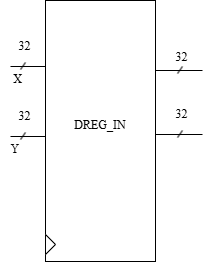
altomarigiulio/IEEE-754-Multiplier-Project keeps this draw.io diagram as Full architecture.png. Above is the earlier version. Source tidied: cells renumbered, new cells last; positions are measured from the earlier drawing's top-left corner, leaving out a move shared by most shapes. Source of this version:
```xml
<mxGraphModel>
  <root>
    <mxCell id="0" />
    <mxCell id="1" parent="0" />
    <mxCell id="2" style="rounded=0;whiteSpace=wrap;html=1;fontColor=#727272;labelBorderColor=#585858;" parent="1" vertex="1">
      <mxGeometry x="45" width="110" height="261" as="geometry" />
    </mxCell>
    <mxCell id="3" style="triangle;whiteSpace=wrap;html=1;" parent="1" vertex="1">
      <mxGeometry x="45" y="234" width="10" height="20" as="geometry" />
    </mxCell>
    <mxCell id="4" value="DREG_IN" style="text;strokeColor=none;align=center;fillColor=none;html=1;verticalAlign=middle;whiteSpace=wrap;rounded=0;fontFamily=Latin Modern Roman;" parent="1" vertex="1">
      <mxGeometry x="70" y="110" width="60" height="30" as="geometry" />
    </mxCell>
    <mxCell id="5" style="endArrow=none;html=1;rounded=0;" parent="1" edge="1">
      <mxGeometry relative="1" as="geometry">
        <mxPoint x="155" y="70" as="sourcePoint" />
        <mxPoint x="202" y="70" as="targetPoint" />
      </mxGeometry>
    </mxCell>
    <mxCell id="6" style="endArrow=none;html=1;rounded=0;" parent="1" edge="1">
      <mxGeometry relative="1" as="geometry">
        <mxPoint x="155" y="134" as="sourcePoint" />
        <mxPoint x="202" y="134" as="targetPoint" />
      </mxGeometry>
    </mxCell>
    <mxCell id="7" style="endArrow=none;html=1;rounded=0;" parent="1" edge="1">
      <mxGeometry relative="1" as="geometry">
        <mxPoint x="177" y="73" as="sourcePoint" />
        <mxPoint x="182" y="66" as="targetPoint" />
      </mxGeometry>
    </mxCell>
    <mxCell id="8" style="endArrow=none;html=1;rounded=0;" parent="1" edge="1">
      <mxGeometry relative="1" as="geometry">
        <mxPoint x="177" y="137" as="sourcePoint" />
        <mxPoint x="182" y="130" as="targetPoint" />
      </mxGeometry>
    </mxCell>
    <mxCell id="9" value="&lt;font face=&quot;Latin Modern Roman&quot;&gt;32&lt;/font&gt;" style="text;html=1;align=center;verticalAlign=middle;strokeColor=none;fillColor=none;" parent="1" vertex="1">
      <mxGeometry x="166" y="44" width="30" height="26" as="geometry" />
    </mxCell>
    <mxCell id="10" value="&lt;font face=&quot;Latin Modern Roman&quot;&gt;32&lt;/font&gt;" style="text;html=1;align=center;verticalAlign=middle;strokeColor=none;fillColor=none;" parent="1" vertex="1">
      <mxGeometry x="166" y="101" width="30" height="26" as="geometry" />
    </mxCell>
    <mxCell id="11" style="endArrow=none;html=1;rounded=0;" parent="1" edge="1">
      <mxGeometry relative="1" as="geometry">
        <mxPoint x="10" y="66" as="sourcePoint" />
        <mxPoint x="45" y="66" as="targetPoint" />
      </mxGeometry>
    </mxCell>
    <mxCell id="12" style="endArrow=none;html=1;rounded=0;" parent="1" edge="1">
      <mxGeometry relative="1" as="geometry">
        <mxPoint x="20" y="69" as="sourcePoint" />
        <mxPoint x="25" y="62" as="targetPoint" />
      </mxGeometry>
    </mxCell>
    <mxCell id="13" value="&lt;font face=&quot;Latin Modern Roman&quot;&gt;32&lt;/font&gt;" style="text;html=1;align=center;verticalAlign=middle;strokeColor=none;fillColor=none;" parent="1" vertex="1">
      <mxGeometry x="9" y="33" width="30" height="26" as="geometry" />
    </mxCell>
    <mxCell id="14" style="endArrow=none;html=1;rounded=0;" parent="1" edge="1">
      <mxGeometry relative="1" as="geometry">
        <mxPoint x="10" y="136" as="sourcePoint" />
        <mxPoint x="45" y="136" as="targetPoint" />
      </mxGeometry>
    </mxCell>
    <mxCell id="15" style="endArrow=none;html=1;rounded=0;" parent="1" edge="1">
      <mxGeometry relative="1" as="geometry">
        <mxPoint x="20" y="139" as="sourcePoint" />
        <mxPoint x="25" y="132" as="targetPoint" />
      </mxGeometry>
    </mxCell>
    <mxCell id="16" value="&lt;font face=&quot;Latin Modern Roman&quot;&gt;32&lt;/font&gt;" style="text;html=1;align=center;verticalAlign=middle;strokeColor=none;fillColor=none;" parent="1" vertex="1">
      <mxGeometry x="9" y="103" width="30" height="26" as="geometry" />
    </mxCell>
    <mxCell id="17" value="&lt;font face=&quot;Latin Modern Roman&quot;&gt;X&lt;/font&gt;" style="text;html=1;align=center;verticalAlign=middle;strokeColor=none;fillColor=none;" parent="1" vertex="1">
      <mxGeometry x="3" y="66" width="27" height="26" as="geometry" />
    </mxCell>
    <mxCell id="18" value="&lt;font face=&quot;Latin Modern Roman&quot;&gt;Y&lt;/font&gt;" style="text;html=1;align=center;verticalAlign=middle;strokeColor=none;fillColor=none;" parent="1" vertex="1">
      <mxGeometry y="136" width="27" height="26" as="geometry" />
    </mxCell>
  </root>
</mxGraphModel>
```
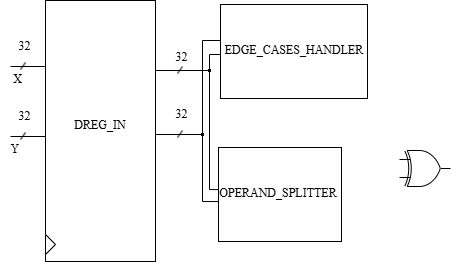
The same file after the commit.

Diff of the diagram source:
```diff
@@ -11,10 +11,9 @@
     <mxCell id="4" value="DREG_IN" style="text;strokeColor=none;align=center;fillColor=none;html=1;verticalAlign=middle;whiteSpace=wrap;rounded=0;fontFamily=Latin Modern Roman;" parent="1" vertex="1">
       <mxGeometry x="70" y="110" width="60" height="30" as="geometry" />
     </mxCell>
-    <mxCell id="5" style="endArrow=none;html=1;rounded=0;" parent="1" edge="1">
+    <mxCell id="5" style="endArrow=none;html=1;rounded=0;" parent="1" edge="1" source="26">
       <mxGeometry relative="1" as="geometry">
-        <mxPoint x="155" y="70" as="sourcePoint" />
-        <mxPoint x="202" y="70" as="targetPoint" />
+        <mxPoint x="209" y="70" as="targetPoint" />
       </mxGeometry>
     </mxCell>
     <mxCell id="6" style="endArrow=none;html=1;rounded=0;" parent="1" edge="1">
@@ -77,5 +76,74 @@
     <mxCell id="18" value="&lt;font face=&quot;Latin Modern Roman&quot;&gt;Y&lt;/font&gt;" style="text;html=1;align=center;verticalAlign=middle;strokeColor=none;fillColor=none;" parent="1" vertex="1">
       <mxGeometry y="136" width="27" height="26" as="geometry" />
     </mxCell>
+    <mxCell id="19" style="rounded=0;whiteSpace=wrap;html=1;fontColor=#727272;labelBorderColor=#585858;" parent="1" vertex="1">
+      <mxGeometry x="218" y="147" width="123" height="94" as="geometry" />
+    </mxCell>
+    <mxCell id="20" value="OPERAND_SPLITTER" style="text;strokeColor=none;align=center;fillColor=none;html=1;verticalAlign=middle;whiteSpace=wrap;rounded=0;fontFamily=Latin Modern Roman;" parent="1" vertex="1">
+      <mxGeometry x="244" y="169" width="68" height="47" as="geometry" />
+    </mxCell>
+    <mxCell id="21" style="rounded=0;whiteSpace=wrap;html=1;fontColor=#727272;labelBorderColor=#585858;" parent="1" vertex="1">
+      <mxGeometry x="220" y="4" width="147" height="94" as="geometry" />
+    </mxCell>
+    <mxCell id="22" value="EDGE_CASES_&lt;span style=&quot;background-color: transparent; color: light-dark(rgb(0, 0, 0), rgb(255, 255, 255));&quot;&gt;HANDLER&lt;/span&gt;" style="text;strokeColor=none;align=center;fillColor=none;html=1;verticalAlign=middle;whiteSpace=wrap;rounded=0;fontFamily=Latin Modern Roman;" parent="1" vertex="1">
+      <mxGeometry x="260" y="26" width="68" height="47" as="geometry" />
+    </mxCell>
+    <mxCell id="23" style="endArrow=none;html=1;rounded=0;" parent="1" edge="1" source="28">
+      <mxGeometry relative="1" as="geometry">
+        <mxPoint x="202" y="134" as="targetPoint" />
+      </mxGeometry>
+    </mxCell>
+    <mxCell id="24" style="endArrow=none;html=1;rounded=0;" parent="1" edge="1">
+      <mxGeometry relative="1" as="geometry">
+        <mxPoint x="209" y="189" as="sourcePoint" />
+        <mxPoint x="209" y="54" as="targetPoint" />
+      </mxGeometry>
+    </mxCell>
+    <mxCell id="25" style="endArrow=none;html=1;rounded=0;" parent="1" edge="1" target="26">
+      <mxGeometry relative="1" as="geometry">
+        <mxPoint x="155" y="70" as="sourcePoint" />
+      </mxGeometry>
+    </mxCell>
+    <mxCell id="26" style="rounded=0;whiteSpace=wrap;html=1;fillColor=#000000;" parent="1" vertex="1">
+      <mxGeometry x="208" y="69" width="2" height="2" as="geometry" />
+    </mxCell>
+    <mxCell id="27" style="endArrow=none;html=1;rounded=0;" parent="1" edge="1" target="28">
+      <mxGeometry relative="1" as="geometry">
+        <mxPoint x="202" y="201" as="sourcePoint" />
+      </mxGeometry>
+    </mxCell>
+    <mxCell id="28" style="rounded=0;whiteSpace=wrap;html=1;fillColor=#000000;" parent="1" vertex="1">
+      <mxGeometry x="201" y="133" width="2" height="2" as="geometry" />
+    </mxCell>
+    <mxCell id="29" style="endArrow=none;html=1;rounded=0;entryX=-0.004;entryY=0.575;entryDx=0;entryDy=0;entryPerimeter=0;" parent="1" edge="1" target="19">
+      <mxGeometry relative="1" as="geometry">
+        <mxPoint x="202" y="201" as="sourcePoint" />
+      </mxGeometry>
+    </mxCell>
+    <mxCell id="30" style="endArrow=none;html=1;rounded=0;entryX=-0.002;entryY=0.448;entryDx=0;entryDy=0;entryPerimeter=0;" parent="1" edge="1" target="19">
+      <mxGeometry relative="1" as="geometry">
+        <mxPoint x="209" y="189" as="sourcePoint" />
+      </mxGeometry>
+    </mxCell>
+    <mxCell id="31" style="endArrow=none;html=1;rounded=0;" parent="1" edge="1">
+      <mxGeometry relative="1" as="geometry">
+        <mxPoint x="202" y="134" as="sourcePoint" />
+        <mxPoint x="202" y="40" as="targetPoint" />
+      </mxGeometry>
+    </mxCell>
+    <mxCell id="32" style="endArrow=none;html=1;rounded=0;entryX=-0.002;entryY=0.383;entryDx=0;entryDy=0;entryPerimeter=0;" parent="1" edge="1" target="21">
+      <mxGeometry relative="1" as="geometry">
+        <mxPoint x="202" y="40" as="sourcePoint" />
+      </mxGeometry>
+    </mxCell>
+    <mxCell id="33" style="endArrow=none;html=1;rounded=0;" parent="1" edge="1">
+      <mxGeometry relative="1" as="geometry">
+        <mxPoint x="209" y="54" as="sourcePoint" />
+        <mxPoint x="220" y="54" as="targetPoint" />
+      </mxGeometry>
+    </mxCell>
+    <mxCell id="34" style="verticalLabelPosition=bottom;shadow=0;dashed=0;align=center;html=1;verticalAlign=top;shape=mxgraph.electrical.logic_gates.logic_gate;operation=xor;" parent="1" vertex="1">
+      <mxGeometry x="399" y="150" width="51" height="36" as="geometry" />
+    </mxCell>
   </root>
 </mxGraphModel>
```
